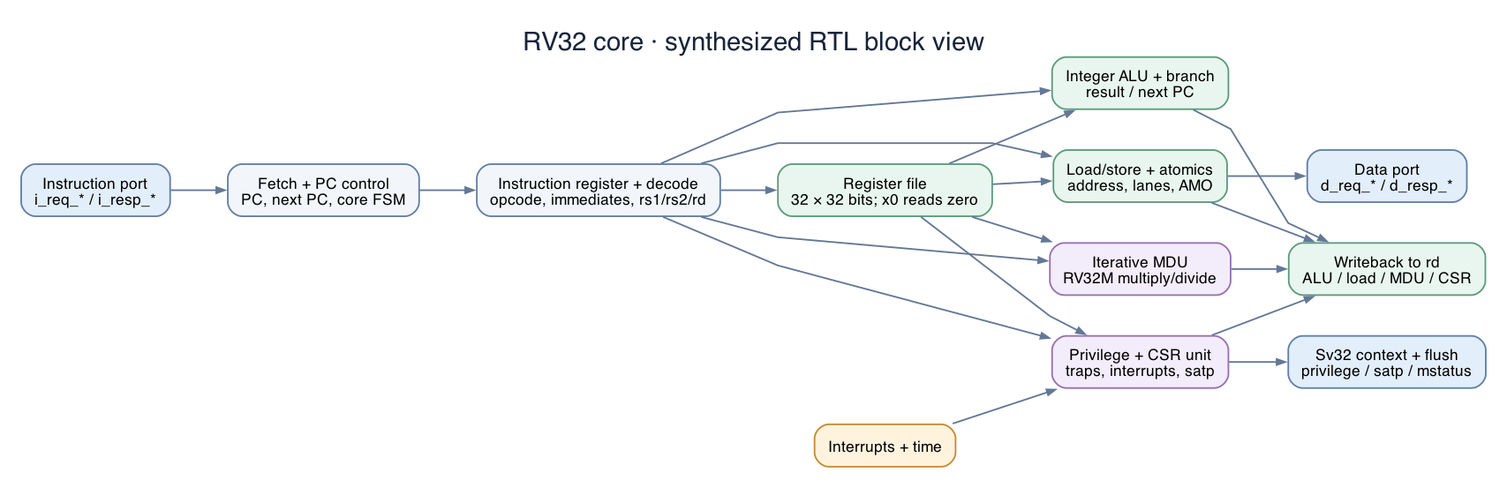
The Graphviz diagram docs/rtl-block-diagrams/core.png in georgc4/rv32-linux-soc, before a commit. Its source is kept beside it as docs/rtl-block-diagrams/core.dot. The source it was exported from:
```dot
digraph core {
  graph [rankdir=LR, bgcolor="white", pad=0.25, nodesep=0.48, ranksep=0.68,
         splines=polyline, fontname="Helvetica", label="RV32 core · synthesized RTL block view",
         labelloc=t, fontsize=22, fontcolor="#17243a"];
  node [shape=box, style="rounded,filled", fillcolor="#f2f6fb", color="#6380a5",
        penwidth=1.4, fontname="Helvetica", fontsize=13, margin="0.16,0.12"];
  edge [color="#637895", arrowsize=0.73, penwidth=1.4];

  if_bus [label="Instruction port\ni_req_* / i_resp_*", fillcolor="#e3eefb"];
  fetch [label="Fetch + PC control\nPC, next PC, core FSM"];
  decode [label="Instruction register + decode\nopcode, immediates, rs1/rs2/rd"];
  rf [label="Register file\n32 × 32 bits; x0 reads zero", fillcolor="#e9f6ef", color="#5c9b7d"];

  alu [label="Integer ALU + branch\nresult / next PC", fillcolor="#e9f6ef", color="#5c9b7d"];
  lsu [label="Load/store + atomics\naddress, lanes, AMO", fillcolor="#e9f6ef", color="#5c9b7d"];
  mdu [label="Iterative MDU\nRV32M multiply/divide", fillcolor="#f3ecfa", color="#9870b2"];
  priv [label="Privilege + CSR unit\ntraps, interrupts, satp", fillcolor="#f3ecfa", color="#9870b2"];
  { rank=same; alu; lsu; mdu; priv; }
  alu -> lsu -> mdu -> priv [style=invis, weight=10];

  wb [label="Writeback to rd\nALU / load / MDU / CSR", fillcolor="#e9f6ef", color="#5c9b7d"];
  d_bus [label="Data port\nd_req_* / d_resp_*", fillcolor="#e3eefb"];
  mmu [label="Sv32 context + flush\nprivilege / satp / mstatus", fillcolor="#e3eefb"];
  irq [label="Interrupts + time", fillcolor="#fff3de", color="#c48c31"];

  if_bus -> fetch -> decode -> rf;
  rf -> alu; rf -> lsu; rf -> mdu; rf -> priv;
  decode -> alu; decode -> lsu; decode -> mdu; decode -> priv;
  alu -> wb; lsu -> wb; mdu -> wb; priv -> wb;
  lsu -> d_bus;
  priv -> mmu;
  irq -> priv;
}
```
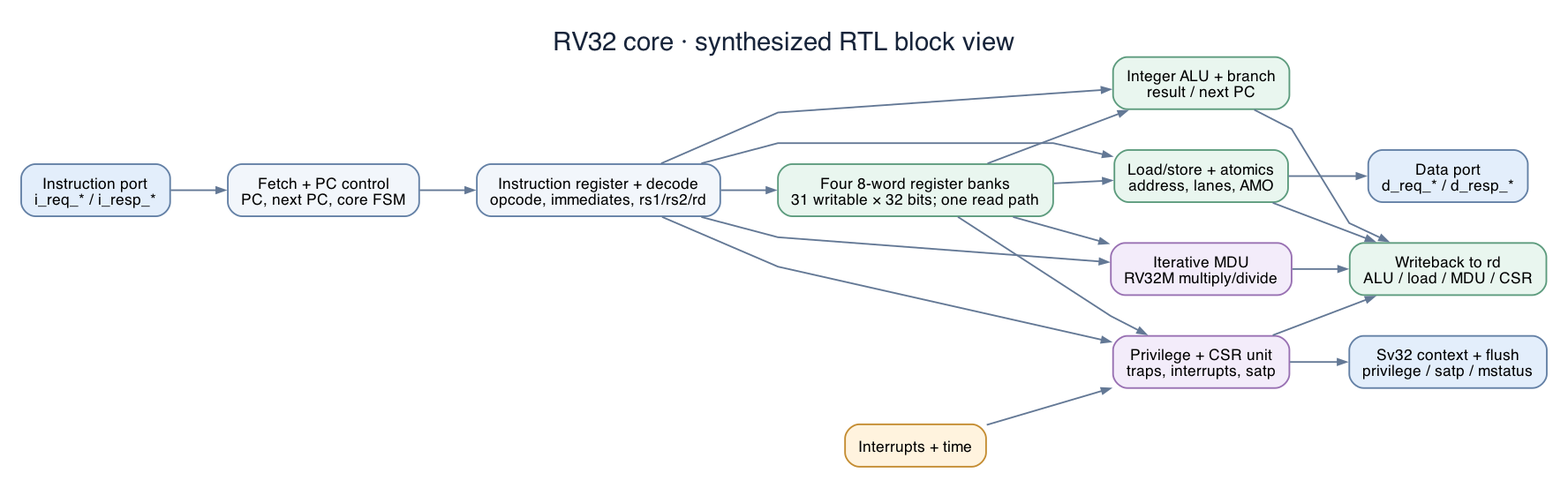
After the commit.

The edit, as a diff of the source:
```diff
@@ -9,7 +9,7 @@
   if_bus [label="Instruction port\ni_req_* / i_resp_*", fillcolor="#e3eefb"];
   fetch [label="Fetch + PC control\nPC, next PC, core FSM"];
   decode [label="Instruction register + decode\nopcode, immediates, rs1/rs2/rd"];
-  rf [label="Register file\n32 × 32 bits; x0 reads zero", fillcolor="#e9f6ef", color="#5c9b7d"];
+  rf [label="Four 8-word register banks\n31 writable × 32 bits; one read path", fillcolor="#e9f6ef", color="#5c9b7d"];
 
   alu [label="Integer ALU + branch\nresult / next PC", fillcolor="#e9f6ef", color="#5c9b7d"];
   lsu [label="Load/store + atomics\naddress, lanes, AMO", fillcolor="#e9f6ef", color="#5c9b7d"];
```
